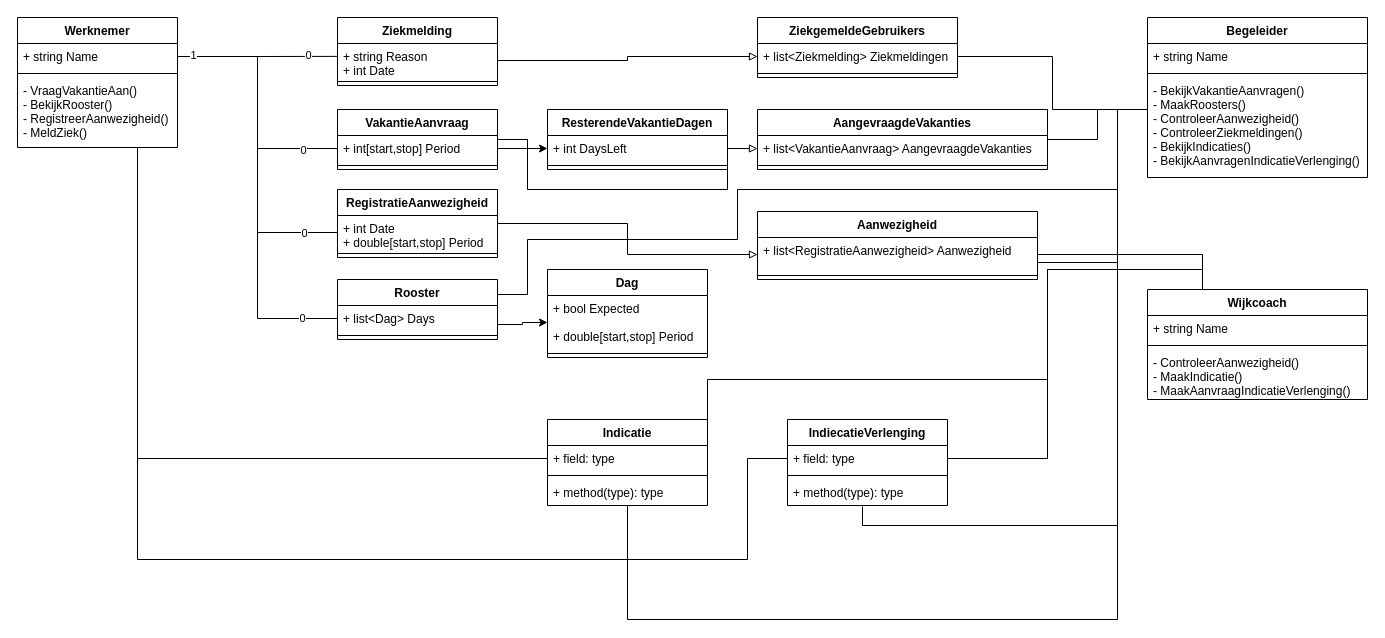
antipope/NextAanwezigheid keeps this draw.io diagram as page "Class Diagram" (5 of 7) of Untitled Diagram.drawio. Above is the earlier version. Source tidied: cells renumbered, new cells numbered last; positions are measured from the earlier drawing's top-left corner, leaving out a move shared by most shapes. Both pictures are drawn from the tidied source at 100%, with x=0, y=0 at pixel (17, 17).
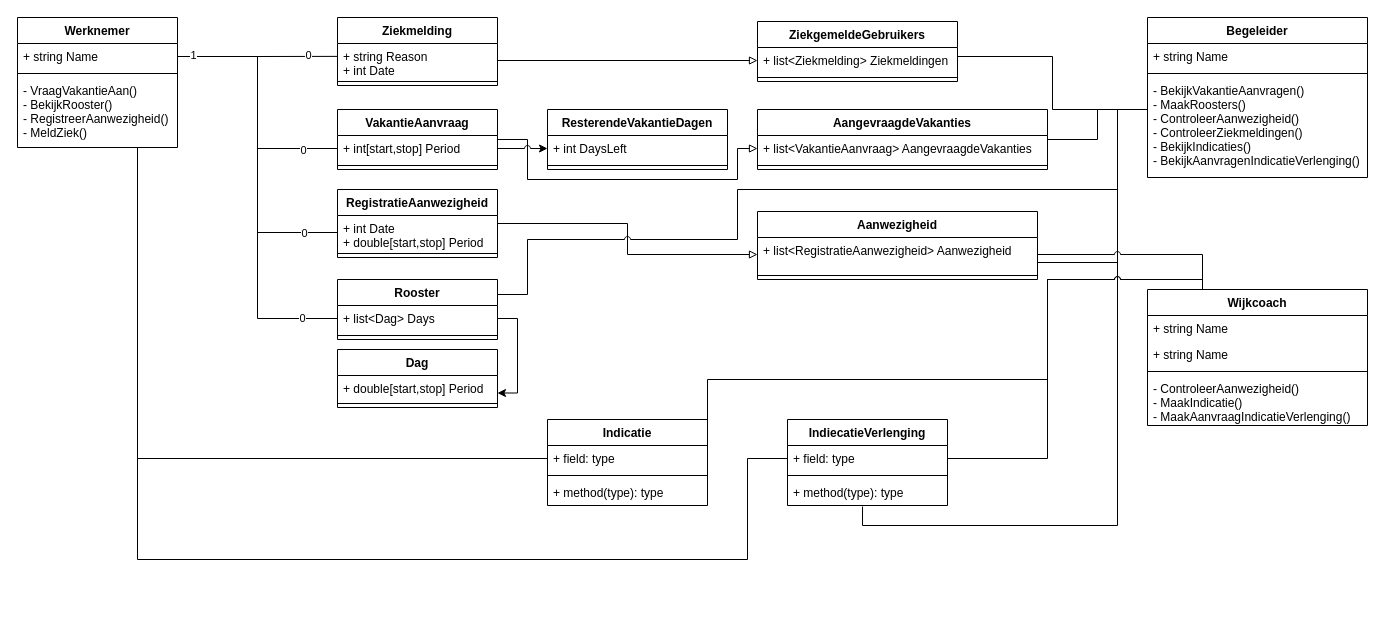
Above is the later version.

Unchanged cells that the change refers to:
```xml
<mxCell id="2" value="Begeleider" style="swimlane;fontStyle=1;align=center;verticalAlign=top;horizontal=1;startSize=26;" parent="1" vertex="1">
  <mxGeometry x="1130" width="220" height="160" as="geometry" />
</mxCell>
<mxCell id="5" value="- BekijkVakantieAanvragen()&#10;- MaakRoosters()&#10;- ControleerAanwezigheid()&#10;- ControleerZiekmeldingen()&#10;- BekijkIndicaties()&#10;- BekijkAanvragenIndicatieVerlenging()&#10;&#10;" style="text;strokeColor=none;fillColor=none;align=left;verticalAlign=top;spacingLeft=4;spacingRight=4;overflow=hidden;points=[[0,0.5],[1,0.5]];portConstraint=eastwest;" parent="2" vertex="1">
  <mxGeometry y="60" width="220" height="100" as="geometry" />
</mxCell>
<mxCell id="15" value="Werknemer" style="swimlane;fontStyle=1;align=center;verticalAlign=top;horizontal=1;startSize=26;" parent="1" vertex="1">
  <mxGeometry width="160" height="130" as="geometry" />
</mxCell>
<mxCell id="20" value="Rooster" style="swimlane;fontStyle=1;align=center;verticalAlign=top;horizontal=1;startSize=26;" parent="1" vertex="1">
  <mxGeometry x="320" y="262" width="160" height="60" as="geometry" />
</mxCell>
<mxCell id="21" value="+ list&lt;Dag&gt; Days" style="text;strokeColor=none;fillColor=none;align=left;verticalAlign=top;spacingLeft=4;spacingRight=4;overflow=hidden;points=[[0,0.5],[1,0.5]];portConstraint=eastwest;" parent="20" vertex="1">
  <mxGeometry y="26" width="160" height="26" as="geometry" />
</mxCell>
<mxCell id="27" value="VakantieAanvraag" style="swimlane;fontStyle=1;align=center;verticalAlign=top;horizontal=1;startSize=26;" parent="1" vertex="1">
  <mxGeometry x="320" y="92" width="160" height="60" as="geometry" />
</mxCell>
<mxCell id="28" value="+ int[start,stop] Period" style="text;strokeColor=none;fillColor=none;align=left;verticalAlign=top;spacingLeft=4;spacingRight=4;overflow=hidden;points=[[0,0.5],[1,0.5]];portConstraint=eastwest;" parent="27" vertex="1">
  <mxGeometry y="26" width="160" height="26" as="geometry" />
</mxCell>
<mxCell id="30" value="Indicatie" style="swimlane;fontStyle=1;align=center;verticalAlign=top;horizontal=1;startSize=26;" parent="1" vertex="1">
  <mxGeometry x="530" y="402" width="160" height="86" as="geometry" />
</mxCell>
<mxCell id="31" value="+ field: type" style="text;strokeColor=none;fillColor=none;align=left;verticalAlign=top;spacingLeft=4;spacingRight=4;overflow=hidden;points=[[0,0.5],[1,0.5]];portConstraint=eastwest;" parent="30" vertex="1">
  <mxGeometry y="26" width="160" height="26" as="geometry" />
</mxCell>
<mxCell id="35" value="+ field: type" style="text;strokeColor=none;fillColor=none;align=left;verticalAlign=top;spacingLeft=4;spacingRight=4;overflow=hidden;points=[[0,0.5],[1,0.5]];portConstraint=eastwest;" parent="34" vertex="1">
  <mxGeometry y="26" width="160" height="26" as="geometry" />
</mxCell>
<mxCell id="37" value="+ method(type): type" style="text;strokeColor=none;fillColor=none;align=left;verticalAlign=top;spacingLeft=4;spacingRight=4;overflow=hidden;points=[[0,0.5],[1,0.5]];portConstraint=eastwest;" parent="34" vertex="1">
  <mxGeometry y="60" width="160" height="26" as="geometry" />
</mxCell>
<mxCell id="39" value="+ list&lt;Ziekmelding&gt; Ziekmeldingen" style="text;strokeColor=none;fillColor=none;align=left;verticalAlign=top;spacingLeft=4;spacingRight=4;overflow=hidden;points=[[0,0.5],[1,0.5]];portConstraint=eastwest;" parent="38" vertex="1">
  <mxGeometry y="26" width="200" height="26" as="geometry" />
</mxCell>
<mxCell id="41" value="AangevraagdeVakanties" style="swimlane;fontStyle=1;align=center;verticalAlign=top;horizontal=1;startSize=26;" parent="1" vertex="1">
  <mxGeometry x="740" y="92" width="290" height="60" as="geometry" />
</mxCell>
<mxCell id="42" value="+ list&lt;VakantieAanvraag&gt; AangevraagdeVakanties" style="text;strokeColor=none;fillColor=none;align=left;verticalAlign=top;spacingLeft=4;spacingRight=4;overflow=hidden;points=[[0,0.5],[1,0.5]];portConstraint=eastwest;" parent="41" vertex="1">
  <mxGeometry y="26" width="290" height="26" as="geometry" />
</mxCell>
<mxCell id="44" value="Aanwezigheid" style="swimlane;fontStyle=1;align=center;verticalAlign=top;horizontal=1;startSize=26;" parent="1" vertex="1">
  <mxGeometry x="740" y="194" width="280" height="68" as="geometry" />
</mxCell>
<mxCell id="45" value="+ list&lt;RegistratieAanwezigheid&gt; Aanwezigheid" style="text;strokeColor=none;fillColor=none;align=left;verticalAlign=top;spacingLeft=4;spacingRight=4;overflow=hidden;points=[[0,0.5],[1,0.5]];portConstraint=eastwest;" parent="44" vertex="1">
  <mxGeometry y="26" width="280" height="34" as="geometry" />
</mxCell>
<mxCell id="55" value="+ int DaysLeft" style="text;strokeColor=none;fillColor=none;align=left;verticalAlign=top;spacingLeft=4;spacingRight=4;overflow=hidden;points=[[0,0.5],[1,0.5]];portConstraint=eastwest;" parent="54" vertex="1">
  <mxGeometry y="26" width="180" height="26" as="geometry" />
</mxCell>
```

The edit, as a diff of the source:
```diff
@@
-    <mxCell id="6" style="edgeStyle=orthogonalEdgeStyle;rounded=0;jettySize=auto;html=1;exitX=0.25;exitY=0;exitDx=0;exitDy=0;entryX=1;entryY=0.5;entryDx=0;entryDy=0;endArrow=none;endFill=0;" parent="1" edge="1" source="9" target="45">
-      <mxGeometry relative="1" as="geometry" />
-    </mxCell>
-    <mxCell id="7" style="edgeStyle=orthogonalEdgeStyle;rounded=0;jettySize=auto;html=1;exitX=0.25;exitY=0;exitDx=0;exitDy=0;entryX=1;entryY=0.5;entryDx=0;entryDy=0;endArrow=none;endFill=0;" parent="1" edge="1" source="9" target="35">
-      <mxGeometry relative="1" as="geometry">
-        <Array as="points">
-          <mxPoint x="1185" y="252" />
-          <mxPoint x="1030" y="252" />
-          <mxPoint x="1030" y="441" />
-        </Array>
-      </mxGeometry>
-    </mxCell>
-    <mxCell id="8" style="edgeStyle=orthogonalEdgeStyle;rounded=0;jettySize=auto;html=1;exitX=0.25;exitY=0;exitDx=0;exitDy=0;entryX=1;entryY=0.5;entryDx=0;entryDy=0;endArrow=none;endFill=0;" parent="1" edge="1" source="9" target="31">
-      <mxGeometry relative="1" as="geometry">
-        <Array as="points">
-          <mxPoint x="1185" y="252" />
-          <mxPoint x="1030" y="252" />
-          <mxPoint x="1030" y="362" />
-          <mxPoint x="690" y="362" />
-        </Array>
-      </mxGeometry>
-    </mxCell>
+    <mxCell id="74" style="edgeStyle=orthogonalEdgeStyle;rounded=0;jumpStyle=arc;jumpSize=6;orthogonalLoop=1;jettySize=auto;html=1;endArrow=none;endFill=0;" parent="2" edge="1">
+      <mxGeometry relative="1" as="geometry">
+        <mxPoint x="-1" y="92" as="sourcePoint" />
+        <mxPoint x="-1" y="92" as="targetPoint" />
+        <Array as="points">
+          <mxPoint y="92" />
+        </Array>
+      </mxGeometry>
+    </mxCell>
     <mxCell id="9" value="Wijkcoach" style="swimlane;fontStyle=1;align=center;verticalAlign=top;horizontal=1;startSize=26;" parent="1" vertex="1">
-      <mxGeometry x="1130" y="272" width="220" height="110" as="geometry" />
+      <mxGeometry x="1130" y="272" width="220" height="136" as="geometry" />
     </mxCell>
+    <mxCell id="75" value="+ string Name" style="text;strokeColor=none;fillColor=none;align=left;verticalAlign=top;spacingLeft=4;spacingRight=4;overflow=hidden;" parent="9" vertex="1">
+      <mxGeometry y="26" width="220" height="26" as="geometry" />
+    </mxCell>
     <mxCell id="10" value="+ string Name" style="text;strokeColor=none;fillColor=none;align=left;verticalAlign=top;spacingLeft=4;spacingRight=4;overflow=hidden;" parent="9" vertex="1">
-      <mxGeometry y="26" width="220" height="26" as="geometry" />
+      <mxGeometry y="52" width="220" height="26" as="geometry" />
     </mxCell>
     <mxCell id="11" style="line;strokeWidth=1;fillColor=none;align=left;verticalAlign=middle;spacingTop=-1;spacingLeft=3;spacingRight=3;labelPosition=right;" parent="9" vertex="1">
-      <mxGeometry y="52" width="220" height="8" as="geometry" />
+      <mxGeometry y="78" width="220" height="8" as="geometry" />
     </mxCell>
     <mxCell id="12" value="- ControleerAanwezigheid()&#10;- MaakIndicatie()&#10;- MaakAanvraagIndicatieVerlenging()&#10;" style="text;strokeColor=none;fillColor=none;align=left;verticalAlign=top;spacingLeft=4;spacingRight=4;overflow=hidden;" parent="9" vertex="1">
-      <mxGeometry y="60" width="220" height="50" as="geometry" />
+      <mxGeometry y="86" width="220" height="50" as="geometry" />
     </mxCell>
@@
-    <mxCell id="14" style="edgeStyle=orthogonalEdgeStyle;rounded=0;jettySize=auto;html=1;exitX=0.75;exitY=1;exitDx=0;exitDy=0;entryX=0;entryY=0.5;entryDx=0;entryDy=0;endArrow=none;endFill=0;" parent="1" edge="1" source="15" target="35">
-      <mxGeometry relative="1" as="geometry">
-        <Array as="points">
-          <mxPoint x="120" y="542" />
-          <mxPoint x="730" y="542" />
-          <mxPoint x="730" y="441" />
-        </Array>
-      </mxGeometry>
-    </mxCell>
@@
-    <mxCell id="19" style="edgeStyle=orthogonalEdgeStyle;rounded=0;jettySize=auto;html=1;exitX=1;exitY=0.75;exitDx=0;exitDy=0;entryX=0;entryY=0.5;entryDx=0;entryDy=0;endArrow=classic;endFill=1;" parent="1" edge="1" source="20" target="52">
+    <mxCell id="19" style="edgeStyle=orthogonalEdgeStyle;rounded=0;jettySize=auto;html=1;exitX=1;exitY=0.5;exitDx=0;exitDy=0;entryX=1;entryY=0.75;entryDx=0;entryDy=0;endArrow=classic;endFill=1;" parent="1" edge="1" source="21" target="51">
       <mxGeometry relative="1" as="geometry" />
     </mxCell>
@@
     <mxCell id="26" style="edgeStyle=orthogonalEdgeStyle;rounded=0;jettySize=auto;html=1;exitX=1;exitY=0.5;exitDx=0;exitDy=0;entryX=0;entryY=0.5;entryDx=0;entryDy=0;endArrow=block;endFill=0;" parent="1" edge="1" source="27" target="42">
       <mxGeometry relative="1" as="geometry">
         <Array as="points">
           <mxPoint x="510" y="122" />
-          <mxPoint x="510" y="172" />
-          <mxPoint x="710" y="172" />
-          <mxPoint x="710" y="131" />
+          <mxPoint x="510" y="162" />
+          <mxPoint x="720" y="162" />
+          <mxPoint x="720" y="131" />
         </Array>
       </mxGeometry>
     </mxCell>
@@
     <mxCell id="38" value="ZiekgemeldeGebruikers" style="swimlane;fontStyle=1;align=center;verticalAlign=top;horizontal=1;startSize=26;" parent="1" vertex="1">
-      <mxGeometry x="740" width="200" height="60" as="geometry" />
+      <mxGeometry x="740" y="4" width="200" height="60" as="geometry" />
     </mxCell>
@@
     <mxCell id="51" value="Dag" style="swimlane;fontStyle=1;align=center;verticalAlign=top;horizontal=1;startSize=26;" parent="1" vertex="1">
-      <mxGeometry x="530" y="252" width="160" height="88" as="geometry" />
+      <mxGeometry x="320" y="332" width="160" height="58" as="geometry" />
     </mxCell>
-    <mxCell id="52" value="+ bool Expected&#10;&#10;+ double[start,stop] Period&#10;" style="text;strokeColor=none;fillColor=none;align=left;verticalAlign=top;spacingLeft=4;spacingRight=4;overflow=hidden;points=[[0,0.5],[1,0.5]];portConstraint=eastwest;" parent="51" vertex="1">
-      <mxGeometry y="26" width="160" height="54" as="geometry" />
+    <mxCell id="52" value="+ double[start,stop] Period&#10;" style="text;strokeColor=none;fillColor=none;align=left;verticalAlign=top;spacingLeft=4;spacingRight=4;overflow=hidden;points=[[0,0.5],[1,0.5]];portConstraint=eastwest;" parent="51" vertex="1">
+      <mxGeometry y="26" width="160" height="24" as="geometry" />
     </mxCell>
     <mxCell id="53" style="line;strokeWidth=1;fillColor=none;align=left;verticalAlign=middle;spacingTop=-1;spacingLeft=3;spacingRight=3;labelPosition=right;" parent="51" vertex="1">
-      <mxGeometry y="80" width="160" height="8" as="geometry" />
+      <mxGeometry y="50" width="160" height="8" as="geometry" />
     </mxCell>
@@
-    <mxCell id="57" style="edgeStyle=orthogonalEdgeStyle;rounded=0;jettySize=auto;html=1;exitX=1;exitY=0.5;exitDx=0;exitDy=0;entryX=0;entryY=0.5;entryDx=0;entryDy=0;" parent="1" edge="1" source="28" target="55">
+    <mxCell id="57" style="edgeStyle=orthogonalEdgeStyle;rounded=0;jettySize=auto;html=1;exitX=1;exitY=0.5;exitDx=0;exitDy=0;entryX=0;entryY=0.5;entryDx=0;entryDy=0;jumpStyle=arc;" parent="1" edge="1" source="28" target="55">
       <mxGeometry relative="1" as="geometry" />
     </mxCell>
@@
-    <mxCell id="68" style="edgeStyle=orthogonalEdgeStyle;rounded=0;jettySize=auto;html=1;exitX=0;exitY=0.5;exitDx=0;exitDy=0;entryX=1;entryY=0.5;entryDx=0;entryDy=0;endArrow=none;endFill=0;" parent="1" edge="1" source="5" target="39">
+    <mxCell id="68" style="edgeStyle=orthogonalEdgeStyle;rounded=0;jettySize=auto;html=1;entryX=1;entryY=0.5;entryDx=0;entryDy=0;endArrow=none;endFill=0;" parent="1" edge="1" target="39">
       <mxGeometry relative="1" as="geometry">
+        <mxPoint x="1130" y="92" as="sourcePoint" />
         <Array as="points">
           <mxPoint x="1130" y="92" />
           <mxPoint x="1035" y="92" />
           <mxPoint x="1035" y="39" />
         </Array>
       </mxGeometry>
     </mxCell>
-    <mxCell id="69" style="edgeStyle=orthogonalEdgeStyle;rounded=0;jettySize=auto;html=1;exitX=0;exitY=0.5;exitDx=0;exitDy=0;entryX=1;entryY=0.5;entryDx=0;entryDy=0;endArrow=none;endFill=0;" parent="1" edge="1" source="5" target="41">
+    <mxCell id="69" style="edgeStyle=orthogonalEdgeStyle;rounded=0;jettySize=auto;html=1;entryX=1;entryY=0.5;entryDx=0;entryDy=0;endArrow=none;endFill=0;" parent="1" edge="1" target="41">
       <mxGeometry relative="1" as="geometry">
+        <mxPoint x="1130" y="92" as="sourcePoint" />
         <Array as="points">
           <mxPoint x="1130" y="92" />
           <mxPoint x="1080" y="92" />
           <mxPoint x="1080" y="122" />
         </Array>
       </mxGeometry>
     </mxCell>
-    <mxCell id="70" style="edgeStyle=orthogonalEdgeStyle;rounded=0;jettySize=auto;html=1;exitX=0;exitY=0.5;exitDx=0;exitDy=0;entryX=1;entryY=0.75;entryDx=0;entryDy=0;endArrow=none;endFill=0;" parent="1" edge="1" source="5" target="44">
+    <mxCell id="70" style="edgeStyle=orthogonalEdgeStyle;rounded=0;jettySize=auto;html=1;entryX=1;entryY=0.75;entryDx=0;entryDy=0;endArrow=none;endFill=0;" parent="1" edge="1" target="44">
       <mxGeometry relative="1" as="geometry">
+        <mxPoint x="1130" y="92" as="sourcePoint" />
         <Array as="points">
           <mxPoint x="1130" y="92" />
           <mxPoint x="1100" y="92" />
           <mxPoint x="1100" y="245" />
         </Array>
       </mxGeometry>
     </mxCell>
-    <mxCell id="71" style="edgeStyle=orthogonalEdgeStyle;rounded=0;jettySize=auto;html=1;exitX=0;exitY=0.5;exitDx=0;exitDy=0;entryX=1;entryY=0.25;entryDx=0;entryDy=0;endArrow=none;endFill=0;" parent="1" edge="1" source="5" target="20">
+    <mxCell id="71" style="edgeStyle=orthogonalEdgeStyle;rounded=0;jettySize=auto;html=1;entryX=1;entryY=0.25;entryDx=0;entryDy=0;endArrow=none;endFill=0;jumpStyle=arc;" parent="1" edge="1" target="20">
       <mxGeometry relative="1" as="geometry">
+        <mxPoint x="1130" y="92" as="sourcePoint" />
         <Array as="points">
           <mxPoint x="1130" y="92" />
           <mxPoint x="1100" y="92" />
           <mxPoint x="1100" y="172" />
           <mxPoint x="720" y="172" />
           <mxPoint x="720" y="222" />
           <mxPoint x="510" y="222" />
           <mxPoint x="510" y="277" />
         </Array>
       </mxGeometry>
     </mxCell>
-    <mxCell id="72" style="edgeStyle=orthogonalEdgeStyle;rounded=0;jettySize=auto;html=1;exitX=0;exitY=0.5;exitDx=0;exitDy=0;entryX=0.469;entryY=1.038;entryDx=0;entryDy=0;entryPerimeter=0;endArrow=none;endFill=0;" parent="1" edge="1" source="5" target="37">
+    <mxCell id="72" style="edgeStyle=orthogonalEdgeStyle;rounded=0;jettySize=auto;html=1;entryX=0.469;entryY=1.038;entryDx=0;entryDy=0;entryPerimeter=0;endArrow=none;endFill=0;" parent="1" edge="1" target="37">
       <mxGeometry relative="1" as="geometry">
+        <mxPoint x="1130" y="92" as="sourcePoint" />
         <Array as="points">
           <mxPoint x="1130" y="92" />
           <mxPoint x="1100" y="92" />
           <mxPoint x="1100" y="508" />
           <mxPoint x="845" y="508" />
         </Array>
       </mxGeometry>
     </mxCell>
-    <mxCell id="73" style="edgeStyle=orthogonalEdgeStyle;rounded=0;jettySize=auto;html=1;exitX=0;exitY=0.5;exitDx=0;exitDy=0;entryX=0.5;entryY=1;entryDx=0;entryDy=0;endArrow=none;endFill=0;" parent="1" edge="1" source="5" target="30">
-      <mxGeometry relative="1" as="geometry">
-        <Array as="points">
-          <mxPoint x="1130" y="92" />
-          <mxPoint x="1100" y="92" />
-          <mxPoint x="1100" y="602" />
-          <mxPoint x="610" y="602" />
-        </Array>
-      </mxGeometry>
-    </mxCell>
+    <mxCell id="8" style="edgeStyle=orthogonalEdgeStyle;rounded=0;jettySize=auto;html=1;exitX=0.25;exitY=0;exitDx=0;exitDy=0;entryX=1;entryY=0.5;entryDx=0;entryDy=0;endArrow=none;endFill=0;jumpStyle=arc;jumpSize=6;" parent="1" edge="1" source="9" target="31">
+      <mxGeometry relative="1" as="geometry">
+        <Array as="points">
+          <mxPoint x="1185" y="262" />
+          <mxPoint x="1030" y="262" />
+          <mxPoint x="1030" y="362" />
+          <mxPoint x="690" y="362" />
+        </Array>
+      </mxGeometry>
+    </mxCell>
+    <mxCell id="7" style="edgeStyle=orthogonalEdgeStyle;rounded=0;jettySize=auto;html=1;exitX=0.25;exitY=0;exitDx=0;exitDy=0;entryX=1;entryY=0.5;entryDx=0;entryDy=0;endArrow=none;endFill=0;jumpStyle=arc;" parent="1" edge="1" source="9" target="35">
+      <mxGeometry relative="1" as="geometry">
+        <Array as="points">
+          <mxPoint x="1185" y="262" />
+          <mxPoint x="1030" y="262" />
+          <mxPoint x="1030" y="441" />
+        </Array>
+      </mxGeometry>
+    </mxCell>
+    <mxCell id="6" style="edgeStyle=orthogonalEdgeStyle;rounded=0;jettySize=auto;html=1;exitX=0.25;exitY=0;exitDx=0;exitDy=0;entryX=1;entryY=0.5;entryDx=0;entryDy=0;endArrow=none;endFill=0;jumpStyle=arc;" parent="1" edge="1" source="9" target="45">
+      <mxGeometry relative="1" as="geometry" />
+    </mxCell>
+    <mxCell id="14" style="edgeStyle=orthogonalEdgeStyle;rounded=0;jettySize=auto;html=1;exitX=0.75;exitY=1;exitDx=0;exitDy=0;entryX=0;entryY=0.5;entryDx=0;entryDy=0;endArrow=none;endFill=0;jumpStyle=arc;" parent="1" edge="1" source="15" target="35">
+      <mxGeometry relative="1" as="geometry">
+        <Array as="points">
+          <mxPoint x="120" y="542" />
+          <mxPoint x="730" y="542" />
+          <mxPoint x="730" y="441" />
+        </Array>
+      </mxGeometry>
+    </mxCell>
```
